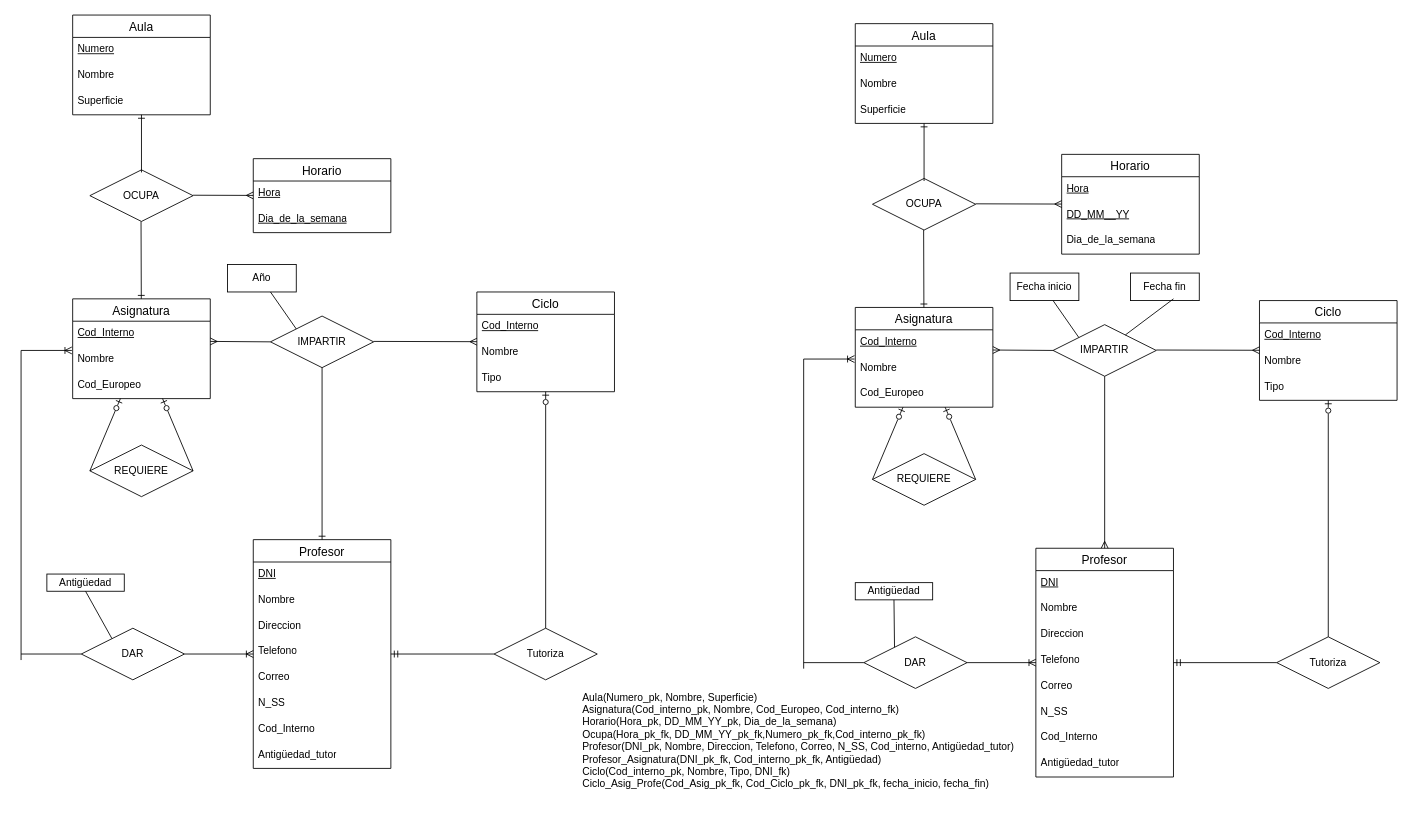
Before: TA12Ej17.drawio in AlejandroCara/acr-tsys-modeloER-drawio-1110, a draw.io diagram. Source tidied: cells renumbered, new cells numbered last; positions are measured from the earlier drawing's top-left corner, leaving out a move shared by most shapes. Both pictures are drawn from the tidied source at 86%, with x=0, y=0 at pixel (21, 15).
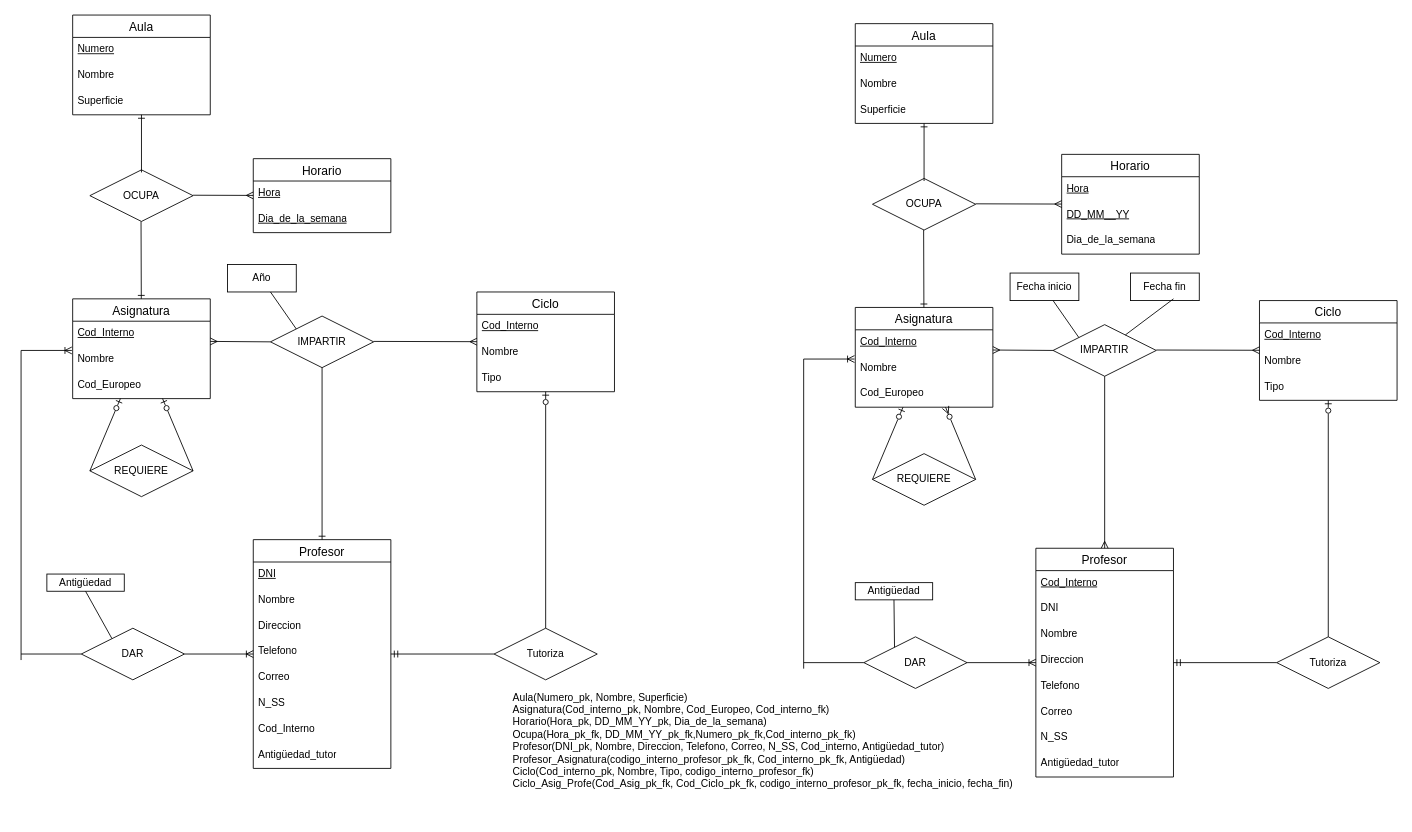
The same page after the edit.

The change refers to these unchanged cells:
```xml
<mxCell id="57" value="Asignatura" style="swimlane;fontStyle=0;horizontal=1;startSize=26;align=center;fontSize=14;" parent="1" vertex="1">
  <mxGeometry x="970" y="340" width="160" height="116" as="geometry" />
</mxCell>
<mxCell id="75" value="Profesor" style="swimlane;fontStyle=0;horizontal=1;startSize=26;align=center;fontSize=14;" parent="1" vertex="1">
  <mxGeometry x="1180" y="620" width="160" height="266" as="geometry" />
</mxCell>
```

What changed in the source:
```diff
@@
-    <mxCell id="71" style="endArrow=ERzeroToOne;html=1;rounded=0;endFill=0;" parent="1" edge="1" target="57">
+    <mxCell id="71" style="endArrow=ERzeroToMany;html=1;rounded=0;endFill=0;" parent="1" edge="1">
       <mxGeometry relative="1" as="geometry">
         <mxPoint x="1110" y="540" as="sourcePoint" />
+        <mxPoint x="1075" y="456" as="targetPoint" />
       </mxGeometry>
     </mxCell>
@@
+    <mxCell id="82" value="&lt;u&gt;Cod_Interno&lt;/u&gt;" style="text;strokeColor=none;fillColor=none;spacingLeft=4;spacingRight=4;overflow=hidden;fontSize=12;whiteSpace=wrap;html=1;" parent="75" vertex="1">
+      <mxGeometry y="26" width="160" height="30" as="geometry" />
+    </mxCell>
-    <mxCell id="76" value="&lt;u&gt;DNI&lt;/u&gt;" style="text;strokeColor=none;fillColor=none;spacingLeft=4;spacingRight=4;overflow=hidden;fontSize=12;whiteSpace=wrap;html=1;" parent="75" vertex="1">
-      <mxGeometry y="26" width="160" height="30" as="geometry" />
+    <mxCell id="76" value="DNI" style="text;strokeColor=none;fillColor=none;spacingLeft=4;spacingRight=4;overflow=hidden;fontSize=12;whiteSpace=wrap;html=1;" parent="75" vertex="1">
+      <mxGeometry y="56" width="160" height="30" as="geometry" />
     </mxCell>
     <mxCell id="77" value="Nombre" style="text;strokeColor=none;fillColor=none;spacingLeft=4;spacingRight=4;overflow=hidden;fontSize=12;whiteSpace=wrap;html=1;" parent="75" vertex="1">
-      <mxGeometry y="56" width="160" height="30" as="geometry" />
+      <mxGeometry y="86" width="160" height="30" as="geometry" />
     </mxCell>
     <mxCell id="78" value="&lt;div&gt;Direccion&lt;/div&gt;&lt;div&gt;&lt;br&gt;&lt;/div&gt;" style="text;strokeColor=none;fillColor=none;spacingLeft=4;spacingRight=4;overflow=hidden;fontSize=12;whiteSpace=wrap;html=1;" parent="75" vertex="1">
-      <mxGeometry y="86" width="160" height="30" as="geometry" />
+      <mxGeometry y="116" width="160" height="30" as="geometry" />
     </mxCell>
     <mxCell id="79" value="Telefono" style="text;strokeColor=none;fillColor=none;spacingLeft=4;spacingRight=4;overflow=hidden;fontSize=12;whiteSpace=wrap;html=1;" parent="75" vertex="1">
-      <mxGeometry y="116" width="160" height="30" as="geometry" />
+      <mxGeometry y="146" width="160" height="30" as="geometry" />
     </mxCell>
     <mxCell id="80" value="Correo" style="text;strokeColor=none;fillColor=none;spacingLeft=4;spacingRight=4;overflow=hidden;fontSize=12;whiteSpace=wrap;html=1;" parent="75" vertex="1">
-      <mxGeometry y="146" width="160" height="30" as="geometry" />
+      <mxGeometry y="176" width="160" height="30" as="geometry" />
     </mxCell>
     <mxCell id="81" value="N_SS" style="text;strokeColor=none;fillColor=none;spacingLeft=4;spacingRight=4;overflow=hidden;fontSize=12;whiteSpace=wrap;html=1;" parent="75" vertex="1">
-      <mxGeometry y="176" width="160" height="30" as="geometry" />
+      <mxGeometry y="206" width="160" height="30" as="geometry" />
     </mxCell>
-    <mxCell id="82" value="Cod_Interno" style="text;strokeColor=none;fillColor=none;spacingLeft=4;spacingRight=4;overflow=hidden;fontSize=12;whiteSpace=wrap;html=1;" parent="75" vertex="1">
-      <mxGeometry y="206" width="160" height="30" as="geometry" />
-    </mxCell>
@@
-    <mxCell id="99" value="&lt;div align=&quot;left&quot;&gt;Aula(Numero_pk, Nombre, Superficie)&lt;/div&gt;&lt;div align=&quot;left&quot;&gt;Asignatura(Cod_interno_pk, Nombre, Cod_Europeo, Cod_interno_fk)&lt;/div&gt;&lt;div align=&quot;left&quot;&gt;Horario(Hora_pk, DD_MM_YY_pk, Dia_de_la_semana)&lt;/div&gt;&lt;div align=&quot;left&quot;&gt;Ocupa(Hora_pk_fk, DD_MM_YY_pk_fk,Numero_pk_fk,Cod_interno_pk_fk)&lt;/div&gt;&lt;div align=&quot;left&quot;&gt;Profesor(DNI_pk, Nombre, Direccion, Telefono, Correo, N_SS, Cod_interno, Antigüedad_tutor)&lt;br&gt;&lt;/div&gt;&lt;div&gt;Profesor_Asignatura(DNI_pk_fk, Cod_interno_pk_fk, Antigüedad)&lt;/div&gt;&lt;div&gt;Ciclo(Cod_interno_pk, Nombre, Tipo, DNI_fk)&lt;/div&gt;&lt;div&gt;Ciclo_Asig_Profe(Cod_Asig_pk_fk, Cod_Ciclo_pk_fk, DNI_pk_fk, fecha_inicio, fecha_fin)&lt;/div&gt;&lt;div&gt;&lt;br&gt;&lt;/div&gt;&lt;div&gt;&amp;nbsp;&lt;br&gt;&lt;/div&gt;" style="text;html=1;strokeColor=none;fillColor=none;align=left;verticalAlign=middle;whiteSpace=wrap;rounded=0;" parent="1" vertex="1">
-      <mxGeometry x="651" y="783" width="579" height="150" as="geometry" />
+    <mxCell id="99" value="&lt;div align=&quot;left&quot;&gt;Aula(Numero_pk, Nombre, Superficie)&lt;/div&gt;&lt;div align=&quot;left&quot;&gt;Asignatura(Cod_interno_pk, Nombre, Cod_Europeo, Cod_interno_fk)&lt;/div&gt;&lt;div align=&quot;left&quot;&gt;Horario(Hora_pk, DD_MM_YY_pk, Dia_de_la_semana)&lt;/div&gt;&lt;div align=&quot;left&quot;&gt;Ocupa(Hora_pk_fk, DD_MM_YY_pk_fk,Numero_pk_fk,Cod_interno_pk_fk)&lt;/div&gt;&lt;div align=&quot;left&quot;&gt;Profesor(DNI_pk, Nombre, Direccion, Telefono, Correo, N_SS, Cod_interno, Antigüedad_tutor)&lt;br&gt;&lt;/div&gt;&lt;div&gt;Profesor_Asignatura(codigo_interno_profesor_pk_fk, Cod_interno_pk_fk, Antigüedad)&lt;/div&gt;&lt;div&gt;Ciclo(Cod_interno_pk, Nombre, Tipo, codigo_interno_profesor_fk)&lt;/div&gt;&lt;div&gt;Ciclo_Asig_Profe(Cod_Asig_pk_fk, Cod_Ciclo_pk_fk, codigo_interno_profesor_pk_fk, fecha_inicio, fecha_fin)&lt;/div&gt;&lt;div&gt;&lt;br&gt;&lt;/div&gt;&lt;div&gt;&amp;nbsp;&lt;br&gt;&lt;/div&gt;" style="text;html=1;strokeColor=none;fillColor=none;align=left;verticalAlign=middle;whiteSpace=wrap;rounded=0;" parent="1" vertex="1">
+      <mxGeometry x="570" y="783" width="729" height="150" as="geometry" />
     </mxCell>
```
